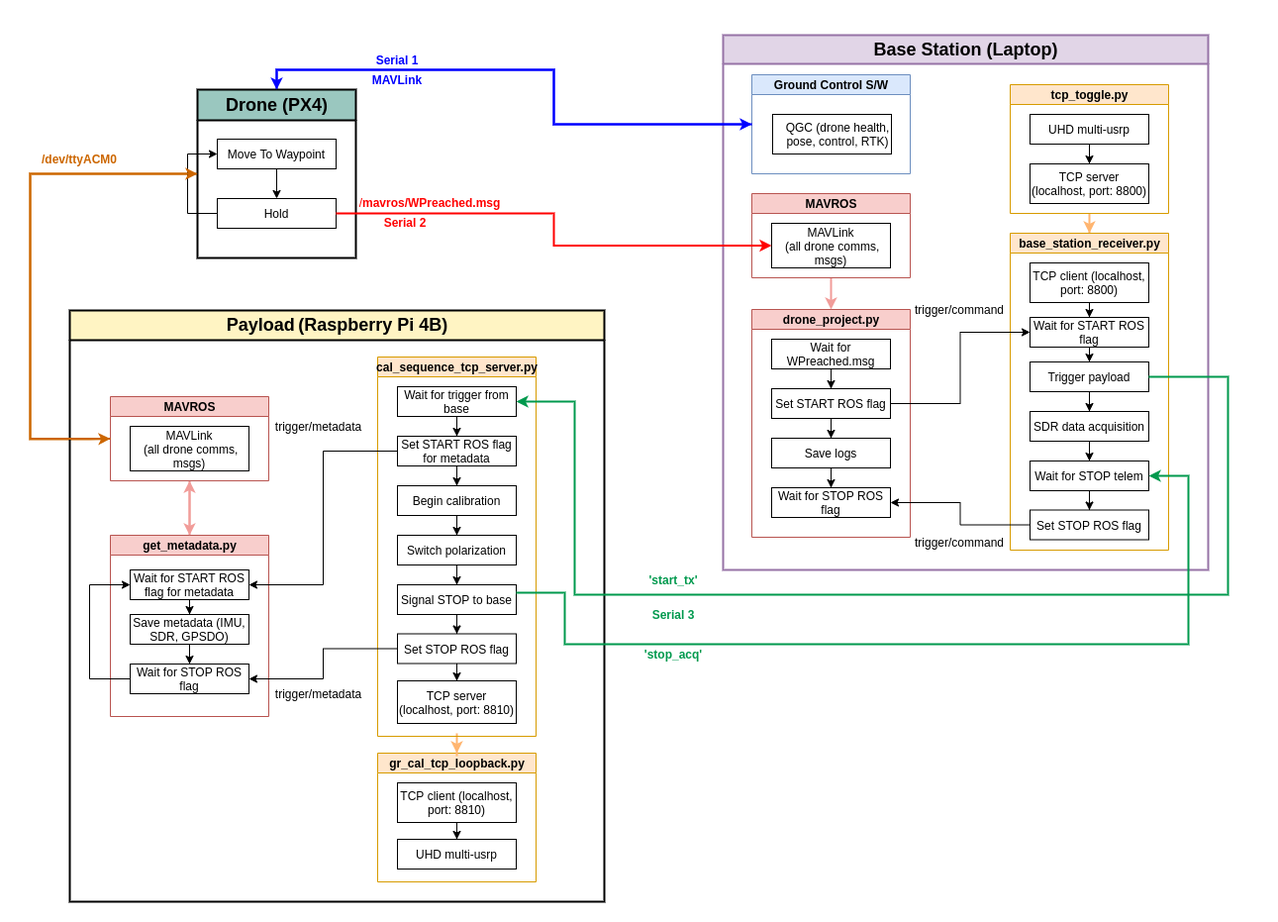
The draw.io diagram autonomy_pipeline_updated.png in km5es/Drone-Project-code, before a commit. Source tidied: cells renumbered, new cells last; positions are measured from the earlier drawing's top-left corner, leaving out a move shared by most shapes.
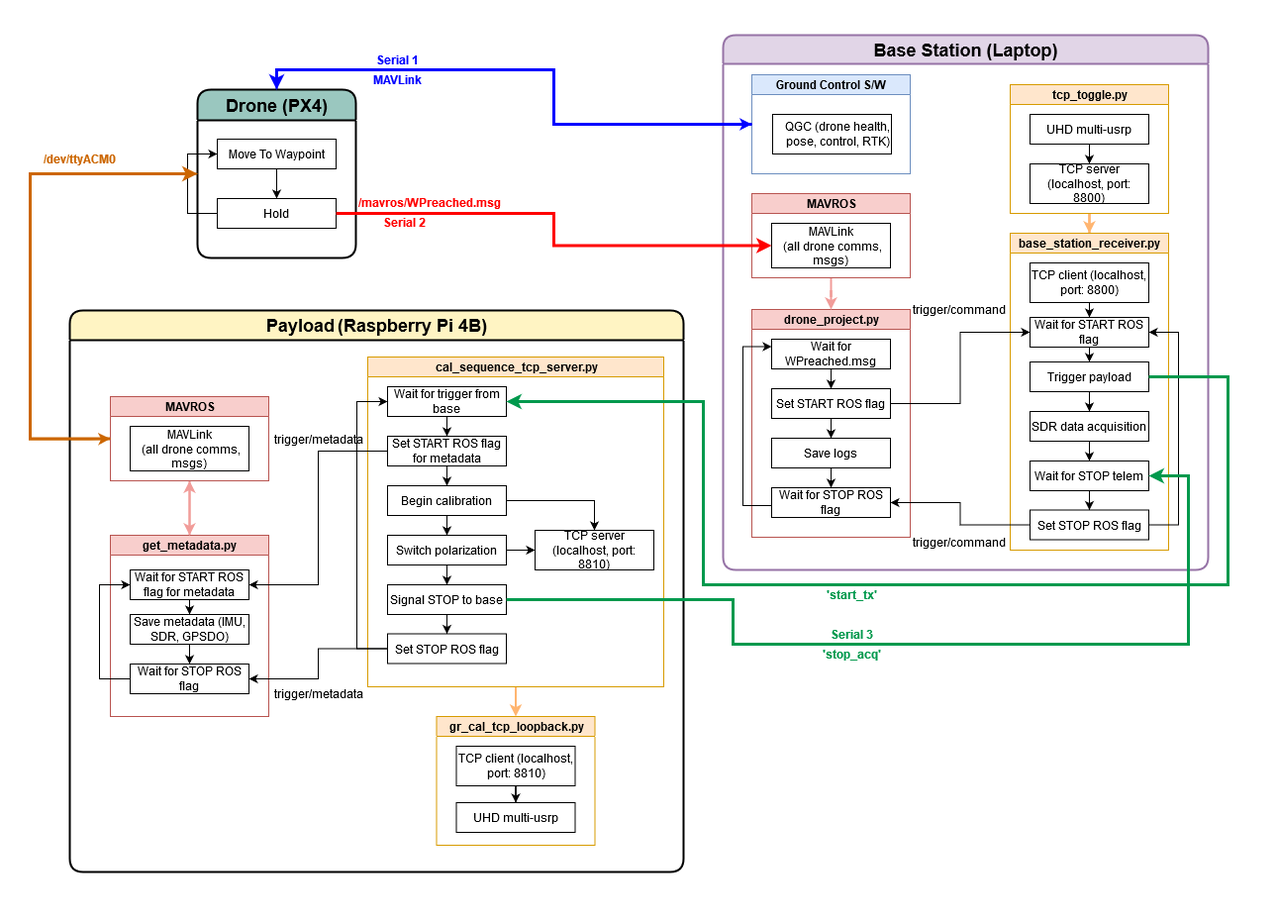
Later version of the same file.

What changed in the source:
```diff
@@ -21,12 +21,12 @@
       <mxGeometry x="470" y="313" width="60" height="20" as="geometry" />
     </mxCell>
     <mxCell id="8" value="&lt;font color=&quot;#00994D&quot;&gt;&lt;b&gt;'start_tx'&lt;/b&gt;&lt;/font&gt;" style="text;html=1;strokeColor=none;fillColor=none;align=center;verticalAlign=middle;whiteSpace=wrap;rounded=0;" parent="1" vertex="1">
-      <mxGeometry x="650" y="574.5" width="60" height="20" as="geometry" />
+      <mxGeometry x="830" y="590" width="60" height="20" as="geometry" />
     </mxCell>
     <mxCell id="9" value="&lt;font color=&quot;#00994D&quot;&gt;&lt;b&gt;'stop_acq'&lt;/b&gt;&lt;/font&gt;" style="text;html=1;strokeColor=none;fillColor=none;align=center;verticalAlign=middle;whiteSpace=wrap;rounded=0;" parent="1" vertex="1">
-      <mxGeometry x="650" y="650" width="60" height="20" as="geometry" />
+      <mxGeometry x="830" y="650" width="60" height="20" as="geometry" />
     </mxCell>
-    <mxCell id="10" value="&lt;div style=&quot;font-size: 18px&quot;&gt;&lt;font style=&quot;font-size: 18px&quot;&gt;Base Station&lt;/font&gt;&lt;font style=&quot;font-size: 18px&quot;&gt; (Laptop)&lt;/font&gt;&lt;/div&gt;" style="swimlane;html=1;startSize=29;horizontal=1;containerType=tree;align=center;strokeWidth=2;fillColor=#e1d5e7;strokeColor=#9673a6;" parent="1" vertex="1">
+    <mxCell id="10" value="&lt;div style=&quot;font-size: 18px&quot;&gt;&lt;font style=&quot;font-size: 18px&quot;&gt;Base Station&lt;/font&gt;&lt;font style=&quot;font-size: 18px&quot;&gt; (Laptop)&lt;/font&gt;&lt;/div&gt;" style="swimlane;html=1;startSize=29;horizontal=1;containerType=tree;align=center;strokeWidth=2;fillColor=#e1d5e7;strokeColor=#9673a6;swimlaneLine=1;glass=0;shadow=0;sketch=0;rounded=1;" parent="1" vertex="1">
       <mxGeometry x="730" y="35" width="490" height="540" as="geometry" />
     </mxCell>
     <mxCell id="11" value="Ground Control S/W" style="swimlane;html=1;startSize=20;horizontal=1;containerType=tree;align=center;fillColor=#dae8fc;strokeColor=#6c8ebf;" parent="10" vertex="1">
@@ -44,6 +44,14 @@
     <mxCell id="15" value="Wait for WPreached.msg" style="whiteSpace=wrap;html=1;newEdgeStyle={&quot;edgeStyle&quot;:&quot;elbowEdgeStyle&quot;,&quot;startArrow&quot;:&quot;none&quot;,&quot;endArrow&quot;:&quot;none&quot;};" parent="13" vertex="1">
       <mxGeometry x="20" y="30" width="120" height="30" as="geometry" />
     </mxCell>
+    <mxCell id="96" style="edgeStyle=orthogonalEdgeStyle;rounded=0;jettySize=auto;html=1;entryX=0;entryY=0.25;entryDx=0;entryDy=0;" parent="13" edge="1" source="16" target="15">
+      <mxGeometry relative="1" as="geometry">
+        <Array as="points">
+          <mxPoint x="-9" y="198" />
+          <mxPoint x="-9" y="38" />
+        </Array>
+      </mxGeometry>
+    </mxCell>
     <mxCell id="16" value="Wait for STOP ROS flag" style="whiteSpace=wrap;html=1;newEdgeStyle={&quot;edgeStyle&quot;:&quot;elbowEdgeStyle&quot;,&quot;startArrow&quot;:&quot;none&quot;,&quot;endArrow&quot;:&quot;none&quot;};" parent="13" vertex="1">
       <mxGeometry x="20" y="180" width="120" height="30" as="geometry" />
     </mxCell>
@@ -101,6 +109,14 @@
     <mxCell id="34" value="Wait for STOP telem" style="whiteSpace=wrap;html=1;newEdgeStyle={&quot;edgeStyle&quot;:&quot;elbowEdgeStyle&quot;,&quot;startArrow&quot;:&quot;none&quot;,&quot;endArrow&quot;:&quot;none&quot;};" parent="26" vertex="1">
       <mxGeometry x="20" y="230" width="120" height="30" as="geometry" />
     </mxCell>
+    <mxCell id="97" style="edgeStyle=orthogonalEdgeStyle;rounded=0;jettySize=auto;html=1;entryX=1;entryY=0.5;entryDx=0;entryDy=0;" parent="26" edge="1" source="35" target="30">
+      <mxGeometry relative="1" as="geometry">
+        <Array as="points">
+          <mxPoint x="170" y="295" />
+          <mxPoint x="170" y="100" />
+        </Array>
+      </mxGeometry>
+    </mxCell>
     <mxCell id="35" value="Set STOP ROS flag" style="whiteSpace=wrap;html=1;newEdgeStyle={&quot;edgeStyle&quot;:&quot;elbowEdgeStyle&quot;,&quot;startArrow&quot;:&quot;none&quot;,&quot;endArrow&quot;:&quot;none&quot;};" parent="26" vertex="1">
       <mxGeometry x="20" y="279.5" width="120" height="30" as="geometry" />
     </mxCell>
@@ -146,7 +162,7 @@
         </Array>
       </mxGeometry>
     </mxCell>
-    <mxCell id="48" value="&lt;div style=&quot;font-size: 18px&quot;&gt;&lt;font style=&quot;font-size: 18px&quot;&gt;Drone (PX4)&lt;br&gt;&lt;/font&gt;&lt;/div&gt;" style="swimlane;html=1;startSize=31;horizontal=1;containerType=tree;align=center;strokeWidth=2;fillColor=#9AC7BF;" parent="1" vertex="1">
+    <mxCell id="48" value="&lt;div style=&quot;font-size: 18px&quot;&gt;&lt;font style=&quot;font-size: 18px&quot;&gt;Drone (PX4)&lt;br&gt;&lt;/font&gt;&lt;/div&gt;" style="swimlane;html=1;startSize=31;horizontal=1;containerType=tree;align=center;strokeWidth=2;fillColor=#9AC7BF;rounded=1;" parent="1" vertex="1">
       <mxGeometry x="199" y="90" width="160" height="170" as="geometry" />
     </mxCell>
     <mxCell id="49" style="edgeStyle=orthogonalEdgeStyle;rounded=0;jettySize=auto;html=1;exitX=0.5;exitY=1;exitDx=0;exitDy=0;entryX=0.5;entryY=0;entryDx=0;entryDy=0;strokeColor=#000000;strokeWidth=1;" parent="48" edge="1" source="50" target="52">
@@ -166,8 +182,8 @@
     <mxCell id="52" value="Hold" style="whiteSpace=wrap;html=1;newEdgeStyle={&quot;edgeStyle&quot;:&quot;elbowEdgeStyle&quot;,&quot;startArrow&quot;:&quot;none&quot;,&quot;endArrow&quot;:&quot;none&quot;};" parent="48" vertex="1">
       <mxGeometry x="20" y="110" width="120" height="30" as="geometry" />
     </mxCell>
-    <mxCell id="53" value="&lt;font style=&quot;font-size: 18px&quot;&gt;Payload&lt;/font&gt; &lt;font style=&quot;font-size: 18px&quot;&gt;(Raspberry Pi 4B)&lt;/font&gt;" style="swimlane;html=1;startSize=30;horizontal=1;containerType=tree;align=center;strokeWidth=2;fillColor=#FFF4C3;" parent="1" vertex="1">
-      <mxGeometry x="70" y="313" width="540" height="597" as="geometry" />
+    <mxCell id="53" value="&lt;font style=&quot;font-size: 18px&quot;&gt;Payload&lt;/font&gt; &lt;font style=&quot;font-size: 18px&quot;&gt;(Raspberry Pi 4B)&lt;/font&gt;" style="swimlane;html=1;startSize=30;horizontal=1;containerType=tree;align=center;strokeWidth=2;fillColor=#FFF4C3;rounded=1;" parent="1" vertex="1">
+      <mxGeometry x="70" y="313" width="620" height="567" as="geometry" />
     </mxCell>
     <mxCell id="54" style="edgeStyle=orthogonalEdgeStyle;rounded=0;jettySize=auto;html=1;entryX=0.5;entryY=1;entryDx=0;entryDy=0;strokeColor=#F19C99;strokeWidth=2;" parent="53" edge="1" source="55" target="63">
       <mxGeometry relative="1" as="geometry" />
@@ -190,8 +206,8 @@
     <mxCell id="60" style="edgeStyle=orthogonalEdgeStyle;rounded=0;jettySize=auto;html=1;entryX=0;entryY=0.5;entryDx=0;entryDy=0;strokeColor=#000000;strokeWidth=1;" parent="55" edge="1" source="61" target="57">
       <mxGeometry relative="1" as="geometry">
         <Array as="points">
-          <mxPoint x="-21" y="145" />
-          <mxPoint x="-21" y="50" />
+          <mxPoint x="-11" y="145" />
+          <mxPoint x="-11" y="50" />
         </Array>
       </mxGeometry>
     </mxCell>
@@ -208,7 +224,7 @@
       <mxGeometry x="20" y="30" width="120" height="45" as="geometry" />
     </mxCell>
     <mxCell id="65" value="gr_cal_tcp_loopback.py" style="swimlane;html=1;startSize=20;horizontal=1;containerType=tree;fillColor=#ffe6cc;strokeColor=#d79b00;" parent="53" vertex="1">
-      <mxGeometry x="311" y="447" width="160" height="130" as="geometry" />
+      <mxGeometry x="370.5" y="410" width="160" height="130" as="geometry" />
     </mxCell>
     <mxCell id="66" style="edgeStyle=orthogonalEdgeStyle;rounded=0;jettySize=auto;html=1;entryX=0.5;entryY=0;entryDx=0;entryDy=0;" parent="65" edge="1" source="67" target="68">
       <mxGeometry relative="1" as="geometry" />
@@ -223,7 +239,7 @@
       <mxGeometry relative="1" as="geometry" />
     </mxCell>
     <mxCell id="70" value="cal_sequence_tcp_server.py" style="swimlane;html=1;startSize=20;horizontal=1;containerType=tree;fillColor=#ffe6cc;strokeColor=#d79b00;" parent="53" vertex="1">
-      <mxGeometry x="311" y="47" width="160" height="383" as="geometry" />
+      <mxGeometry x="301" y="47" width="299" height="333" as="geometry" />
     </mxCell>
     <mxCell id="71" style="edgeStyle=orthogonalEdgeStyle;rounded=0;jettySize=auto;html=1;entryX=0.5;entryY=0;entryDx=0;entryDy=0;strokeColor=#000000;strokeWidth=1;" parent="70" edge="1" source="72" target="74">
       <mxGeometry relative="1" as="geometry" />
@@ -249,9 +265,14 @@
     <mxCell id="78" value="Signal STOP to base" style="whiteSpace=wrap;html=1;newEdgeStyle={&quot;edgeStyle&quot;:&quot;elbowEdgeStyle&quot;,&quot;startArrow&quot;:&quot;none&quot;,&quot;endArrow&quot;:&quot;none&quot;};" parent="70" vertex="1">
       <mxGeometry x="20" y="230" width="120" height="30" as="geometry" />
     </mxCell>
-    <mxCell id="79" style="edgeStyle=orthogonalEdgeStyle;rounded=0;jettySize=auto;html=1;entryX=0.5;entryY=0;entryDx=0;entryDy=0;strokeColor=#000000;strokeWidth=1;" parent="70" edge="1" source="80" target="84">
-      <mxGeometry relative="1" as="geometry" />
-    </mxCell>
+    <mxCell id="98" style="edgeStyle=orthogonalEdgeStyle;rounded=0;jettySize=auto;html=1;entryX=0;entryY=0.5;entryDx=0;entryDy=0;" parent="70" edge="1" source="80" target="72">
+      <mxGeometry relative="1" as="geometry">
+        <Array as="points">
+          <mxPoint x="-11" y="295" />
+          <mxPoint x="-11" y="45" />
+        </Array>
+      </mxGeometry>
+    </mxCell>
     <mxCell id="80" value="Set STOP ROS flag" style="whiteSpace=wrap;html=1;newEdgeStyle={&quot;edgeStyle&quot;:&quot;elbowEdgeStyle&quot;,&quot;startArrow&quot;:&quot;none&quot;,&quot;endArrow&quot;:&quot;none&quot;};" parent="70" vertex="1">
       <mxGeometry x="20" y="279.5" width="120" height="30" as="geometry" />
     </mxCell>
@@ -264,14 +285,11 @@
     <mxCell id="83" style="edgeStyle=orthogonalEdgeStyle;rounded=0;orthogonalLoop=1;jettySize=auto;html=1;exitX=0.5;exitY=1;exitDx=0;exitDy=0;strokeColor=#000000;" parent="70" edge="1" source="76" target="76">
       <mxGeometry relative="1" as="geometry" />
     </mxCell>
-    <mxCell id="84" value="TCP server (localhost, port: 8810)" style="whiteSpace=wrap;html=1;newEdgeStyle={&quot;edgeStyle&quot;:&quot;elbowEdgeStyle&quot;,&quot;startArrow&quot;:&quot;none&quot;,&quot;endArrow&quot;:&quot;none&quot;};" parent="70" vertex="1">
-      <mxGeometry x="20" y="327" width="120" height="43" as="geometry" />
-    </mxCell>
     <mxCell id="85" style="edgeStyle=orthogonalEdgeStyle;rounded=0;jettySize=auto;html=1;entryX=1;entryY=0.5;entryDx=0;entryDy=0;strokeColor=#000000;strokeWidth=1;" parent="53" edge="1" source="74" target="57">
       <mxGeometry relative="1" as="geometry" />
     </mxCell>
     <mxCell id="86" value="trigger/metadata" style="text;html=1;align=center;verticalAlign=middle;" parent="53" vertex="1">
-      <mxGeometry x="201" y="107" width="100" height="20" as="geometry" />
+      <mxGeometry x="201" y="119.5" width="100" height="20" as="geometry" />
     </mxCell>
     <mxCell id="87" style="edgeStyle=orthogonalEdgeStyle;rounded=0;jettySize=auto;html=1;entryX=1;entryY=0.5;entryDx=0;entryDy=0;strokeColor=#000000;strokeWidth=1;" parent="53" edge="1" source="80" target="61">
       <mxGeometry relative="1" as="geometry" />
@@ -279,16 +297,16 @@
     <mxCell id="88" value="trigger/metadata" style="text;html=1;align=center;verticalAlign=middle;" parent="53" vertex="1">
       <mxGeometry x="201" y="377" width="100" height="20" as="geometry" />
     </mxCell>
-    <mxCell id="89" style="edgeStyle=orthogonalEdgeStyle;rounded=0;jettySize=auto;html=1;exitX=0;exitY=0.5;exitDx=0;exitDy=0;entryX=0.5;entryY=0;entryDx=0;entryDy=0;strokeColor=#0000FF;strokeWidth=2;" parent="1" edge="1" source="11" target="48">
+    <mxCell id="89" style="edgeStyle=orthogonalEdgeStyle;rounded=0;jettySize=auto;html=1;exitX=0;exitY=0.5;exitDx=0;exitDy=0;entryX=0.5;entryY=0;entryDx=0;entryDy=0;strokeColor=#0000FF;strokeWidth=3;" parent="1" edge="1" source="11" target="48">
       <mxGeometry relative="1" as="geometry" />
     </mxCell>
     <mxCell id="90" value="&lt;b&gt;&lt;font color=&quot;#CC6600&quot;&gt;/dev/ttyACM0&lt;/font&gt;&lt;/b&gt;" style="text;html=1;strokeColor=none;fillColor=none;align=center;verticalAlign=middle;whiteSpace=wrap;rounded=0;" parent="1" vertex="1">
       <mxGeometry x="50" y="150" width="60" height="20" as="geometry" />
     </mxCell>
-    <mxCell id="91" style="edgeStyle=orthogonalEdgeStyle;rounded=0;jettySize=auto;html=1;entryX=0;entryY=0.5;entryDx=0;entryDy=0;strokeColor=#FF0000;strokeWidth=2;" parent="1" edge="1" source="52" target="42">
+    <mxCell id="91" style="edgeStyle=orthogonalEdgeStyle;rounded=0;jettySize=auto;html=1;entryX=0;entryY=0.5;entryDx=0;entryDy=0;strokeColor=#FF0000;strokeWidth=3;" parent="1" edge="1" source="52" target="42">
       <mxGeometry relative="1" as="geometry" />
     </mxCell>
-    <mxCell id="92" style="edgeStyle=orthogonalEdgeStyle;rounded=0;jettySize=auto;html=1;entryX=0;entryY=0.5;entryDx=0;entryDy=0;strokeWidth=2;strokeColor=#CC6600;" parent="1" edge="1" source="63" target="48">
+    <mxCell id="92" style="edgeStyle=orthogonalEdgeStyle;rounded=0;jettySize=auto;html=1;entryX=0;entryY=0.5;entryDx=0;entryDy=0;strokeWidth=3;strokeColor=#CC6600;" parent="1" edge="1" source="63" target="48">
       <mxGeometry relative="1" as="geometry">
         <Array as="points">
           <mxPoint x="30" y="443" />
@@ -296,28 +314,37 @@
         </Array>
       </mxGeometry>
     </mxCell>
-    <mxCell id="93" style="edgeStyle=orthogonalEdgeStyle;rounded=0;jettySize=auto;html=1;entryX=1;entryY=0.5;entryDx=0;entryDy=0;strokeWidth=2;strokeColor=#00994D;" parent="1" edge="1" source="78" target="34">
+    <mxCell id="93" style="edgeStyle=orthogonalEdgeStyle;rounded=0;jettySize=auto;html=1;entryX=1;entryY=0.5;entryDx=0;entryDy=0;strokeWidth=3;strokeColor=#00994D;" parent="1" edge="1" source="78" target="34">
       <mxGeometry relative="1" as="geometry">
         <Array as="points">
-          <mxPoint x="570" y="598" />
-          <mxPoint x="570" y="650" />
+          <mxPoint x="740" y="605" />
+          <mxPoint x="740" y="650" />
           <mxPoint x="1200" y="650" />
           <mxPoint x="1200" y="480" />
         </Array>
       </mxGeometry>
     </mxCell>
     <mxCell id="94" value="&lt;div&gt;&lt;font color=&quot;#00994D&quot;&gt;&lt;b&gt;Serial 3&lt;/b&gt;&lt;/font&gt;&lt;/div&gt;" style="text;html=1;strokeColor=none;fillColor=none;align=center;verticalAlign=middle;whiteSpace=wrap;rounded=0;" parent="1" vertex="1">
-      <mxGeometry x="650" y="610" width="60" height="20" as="geometry" />
+      <mxGeometry x="830" y="630" width="60" height="20" as="geometry" />
     </mxCell>
-    <mxCell id="95" style="edgeStyle=orthogonalEdgeStyle;rounded=0;jettySize=auto;html=1;entryX=1;entryY=0.5;entryDx=0;entryDy=0;strokeWidth=2;strokeColor=#00994D;" parent="1" edge="1" source="37" target="72">
+    <mxCell id="95" style="edgeStyle=orthogonalEdgeStyle;rounded=0;jettySize=auto;html=1;entryX=1;entryY=0.5;entryDx=0;entryDy=0;strokeWidth=3;strokeColor=#00994D;" parent="1" edge="1" source="37" target="72">
       <mxGeometry relative="1" as="geometry">
         <Array as="points">
           <mxPoint x="1240" y="380" />
-          <mxPoint x="1240" y="600" />
-          <mxPoint x="580" y="600" />
-          <mxPoint x="580" y="405" />
+          <mxPoint x="1240" y="590" />
+          <mxPoint x="710" y="590" />
+          <mxPoint x="710" y="405" />
         </Array>
       </mxGeometry>
     </mxCell>
+    <mxCell id="84" value="TCP server (localhost, port: 8810)" style="whiteSpace=wrap;html=1;newEdgeStyle={&quot;edgeStyle&quot;:&quot;elbowEdgeStyle&quot;,&quot;startArrow&quot;:&quot;none&quot;,&quot;endArrow&quot;:&quot;none&quot;};" parent="1" vertex="1">
+      <mxGeometry x="540" y="535" width="120" height="40" as="geometry" />
+    </mxCell>
+    <mxCell id="99" style="edgeStyle=orthogonalEdgeStyle;rounded=0;jettySize=auto;html=1;entryX=0.5;entryY=0;entryDx=0;entryDy=0;" parent="1" edge="1" source="82" target="84">
+      <mxGeometry relative="1" as="geometry" />
+    </mxCell>
+    <mxCell id="100" style="edgeStyle=orthogonalEdgeStyle;rounded=0;jettySize=auto;html=1;entryX=0;entryY=0.5;entryDx=0;entryDy=0;" parent="1" edge="1" source="76" target="84">
+      <mxGeometry relative="1" as="geometry" />
+    </mxCell>
   </root>
 </mxGraphModel>
```
